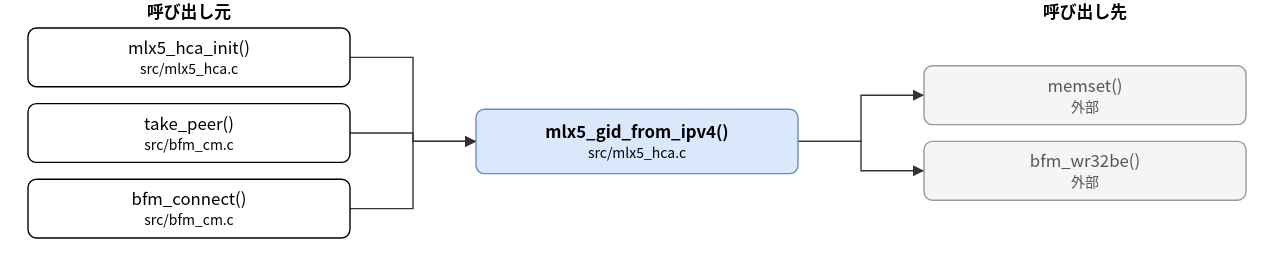
This is doc/spec/images/call_src_mlx5_hca-mlx5_gid_from_ipv4.drawio.svg from hf355051012-ai/bfmem, a draw.io export, as it was before one commit. Source tidied: cells renumbered, new cells last; positions are measured from the earlier drawing's top-left corner, leaving out a move shared by most shapes. The source it was exported from:
```xml
<mxGraphModel>
  <root>
    <mxCell id="0" />
    <mxCell id="1" parent="0" />
    <mxCell id="2" value="mlx5_gid_from_ipv4()&lt;br&gt;&lt;font style=&quot;font-size:10px&quot;&gt;src/mlx5_hca.c&lt;/font&gt;" style="rounded=1;whiteSpace=wrap;html=1;fillColor=#dae8fc;strokeColor=#6c8ebf;fontStyle=1;" parent="1" vertex="1">
      <mxGeometry x="320" y="78" width="230" height="46" as="geometry" />
    </mxCell>
    <mxCell id="3" value="mlx5_hca_init()&lt;br&gt;&lt;font style=&quot;font-size:10px&quot;&gt;src/mlx5_hca.c&lt;/font&gt;" style="rounded=1;whiteSpace=wrap;html=1;" parent="1" vertex="1">
      <mxGeometry y="20" width="230" height="42" as="geometry" />
    </mxCell>
    <mxCell id="4" value="take_peer()&lt;br&gt;&lt;font style=&quot;font-size:10px&quot;&gt;src/bfm_cm.c&lt;/font&gt;" style="rounded=1;whiteSpace=wrap;html=1;" parent="1" vertex="1">
      <mxGeometry y="74" width="230" height="42" as="geometry" />
    </mxCell>
    <mxCell id="5" value="bfm_connect()&lt;br&gt;&lt;font style=&quot;font-size:10px&quot;&gt;src/bfm_cm.c&lt;/font&gt;" style="rounded=1;whiteSpace=wrap;html=1;" parent="1" vertex="1">
      <mxGeometry y="128" width="230" height="42" as="geometry" />
    </mxCell>
    <mxCell id="6" value="memset()&lt;br&gt;&lt;font style=&quot;font-size:10px&quot;&gt;外部&lt;/font&gt;" style="rounded=1;whiteSpace=wrap;html=1;fillColor=#f5f5f5;strokeColor=#999999;fontColor=#555555;" parent="1" vertex="1">
      <mxGeometry x="640" y="47" width="230" height="42" as="geometry" />
    </mxCell>
    <mxCell id="7" value="bfm_wr32be()&lt;br&gt;&lt;font style=&quot;font-size:10px&quot;&gt;外部&lt;/font&gt;" style="rounded=1;whiteSpace=wrap;html=1;fillColor=#f5f5f5;strokeColor=#999999;fontColor=#555555;" parent="1" vertex="1">
      <mxGeometry x="640" y="101" width="230" height="42" as="geometry" />
    </mxCell>
    <mxCell id="8" style="edgeStyle=none;html=1;rounded=0;endArrow=block;endFill=1;exitX=1.0000;exitY=0.5000;exitDx=0;exitDy=0;exitPerimeter=0;entryX=0.0000;entryY=0.5000;entryDx=0;entryDy=0;entryPerimeter=0;" parent="1" edge="1" source="3" target="2">
      <mxGeometry relative="1" as="geometry">
        <Array as="points">
          <mxPoint x="275" y="41" />
          <mxPoint x="275" y="101" />
        </Array>
      </mxGeometry>
    </mxCell>
    <mxCell id="9" style="edgeStyle=none;html=1;rounded=0;endArrow=block;endFill=1;exitX=1.0000;exitY=0.5000;exitDx=0;exitDy=0;exitPerimeter=0;entryX=0.0000;entryY=0.5000;entryDx=0;entryDy=0;entryPerimeter=0;" parent="1" edge="1" source="4" target="2">
      <mxGeometry relative="1" as="geometry">
        <Array as="points">
          <mxPoint x="275" y="95" />
          <mxPoint x="275" y="101" />
        </Array>
      </mxGeometry>
    </mxCell>
    <mxCell id="10" style="edgeStyle=none;html=1;rounded=0;endArrow=block;endFill=1;exitX=1.0000;exitY=0.5000;exitDx=0;exitDy=0;exitPerimeter=0;entryX=0.0000;entryY=0.5000;entryDx=0;entryDy=0;entryPerimeter=0;" parent="1" edge="1" source="5" target="2">
      <mxGeometry relative="1" as="geometry">
        <Array as="points">
          <mxPoint x="275" y="149" />
          <mxPoint x="275" y="101" />
        </Array>
      </mxGeometry>
    </mxCell>
    <mxCell id="11" style="edgeStyle=none;html=1;rounded=0;endArrow=block;endFill=1;exitX=1.0000;exitY=0.5000;exitDx=0;exitDy=0;exitPerimeter=0;entryX=0.0000;entryY=0.5000;entryDx=0;entryDy=0;entryPerimeter=0;" parent="1" edge="1" source="2" target="6">
      <mxGeometry relative="1" as="geometry">
        <Array as="points">
          <mxPoint x="595" y="101" />
          <mxPoint x="595" y="68" />
        </Array>
      </mxGeometry>
    </mxCell>
    <mxCell id="12" style="edgeStyle=none;html=1;rounded=0;endArrow=block;endFill=1;exitX=1.0000;exitY=0.5000;exitDx=0;exitDy=0;exitPerimeter=0;entryX=0.0000;entryY=0.5000;entryDx=0;entryDy=0;entryPerimeter=0;" parent="1" edge="1" source="2" target="7">
      <mxGeometry relative="1" as="geometry">
        <Array as="points">
          <mxPoint x="595" y="101" />
          <mxPoint x="595" y="122" />
        </Array>
      </mxGeometry>
    </mxCell>
    <mxCell id="13" value="呼び出し元" style="text;html=1;align=center;fontStyle=1;" parent="1" vertex="1">
      <mxGeometry x="35" width="160" height="18" as="geometry" />
    </mxCell>
    <mxCell id="14" value="呼び出し先" style="text;html=1;align=center;fontStyle=1;" parent="1" vertex="1">
      <mxGeometry x="675" width="160" height="18" as="geometry" />
    </mxCell>
  </root>
</mxGraphModel>
```
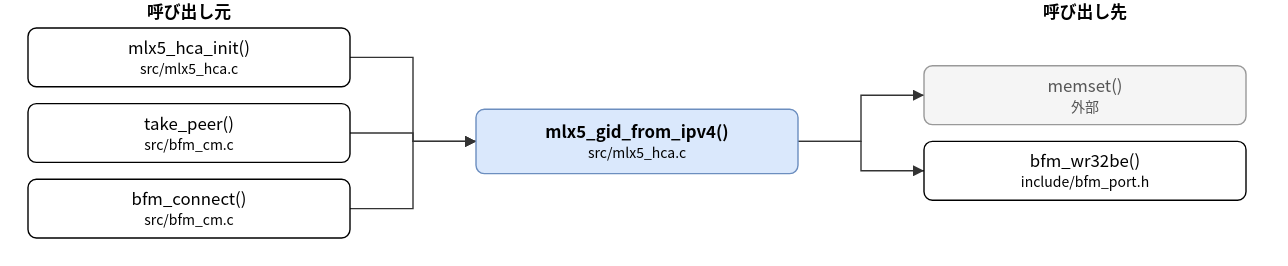
Later version of the same file.

Diff of the diagram source:
```diff
@@ -17,7 +17,7 @@
     <mxCell id="6" value="memset()&lt;br&gt;&lt;font style=&quot;font-size:10px&quot;&gt;外部&lt;/font&gt;" style="rounded=1;whiteSpace=wrap;html=1;fillColor=#f5f5f5;strokeColor=#999999;fontColor=#555555;" parent="1" vertex="1">
       <mxGeometry x="640" y="47" width="230" height="42" as="geometry" />
     </mxCell>
-    <mxCell id="7" value="bfm_wr32be()&lt;br&gt;&lt;font style=&quot;font-size:10px&quot;&gt;外部&lt;/font&gt;" style="rounded=1;whiteSpace=wrap;html=1;fillColor=#f5f5f5;strokeColor=#999999;fontColor=#555555;" parent="1" vertex="1">
+    <mxCell id="7" value="bfm_wr32be()&lt;br&gt;&lt;font style=&quot;font-size:10px&quot;&gt;include/bfm_port.h&lt;/font&gt;" style="rounded=1;whiteSpace=wrap;html=1;" parent="1" vertex="1">
       <mxGeometry x="640" y="101" width="230" height="42" as="geometry" />
     </mxCell>
     <mxCell id="8" style="edgeStyle=none;html=1;rounded=0;endArrow=block;endFill=1;exitX=1.0000;exitY=0.5000;exitDx=0;exitDy=0;exitPerimeter=0;entryX=0.0000;entryY=0.5000;entryDx=0;entryDy=0;entryPerimeter=0;" parent="1" edge="1" source="3" target="2">
```
